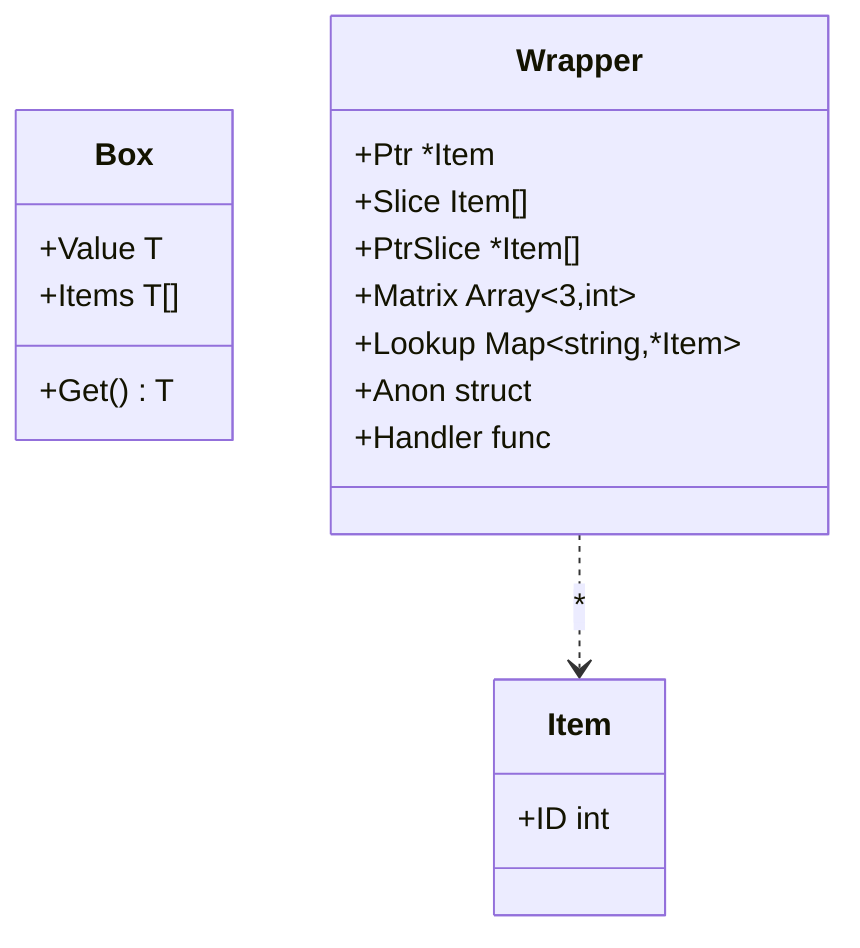
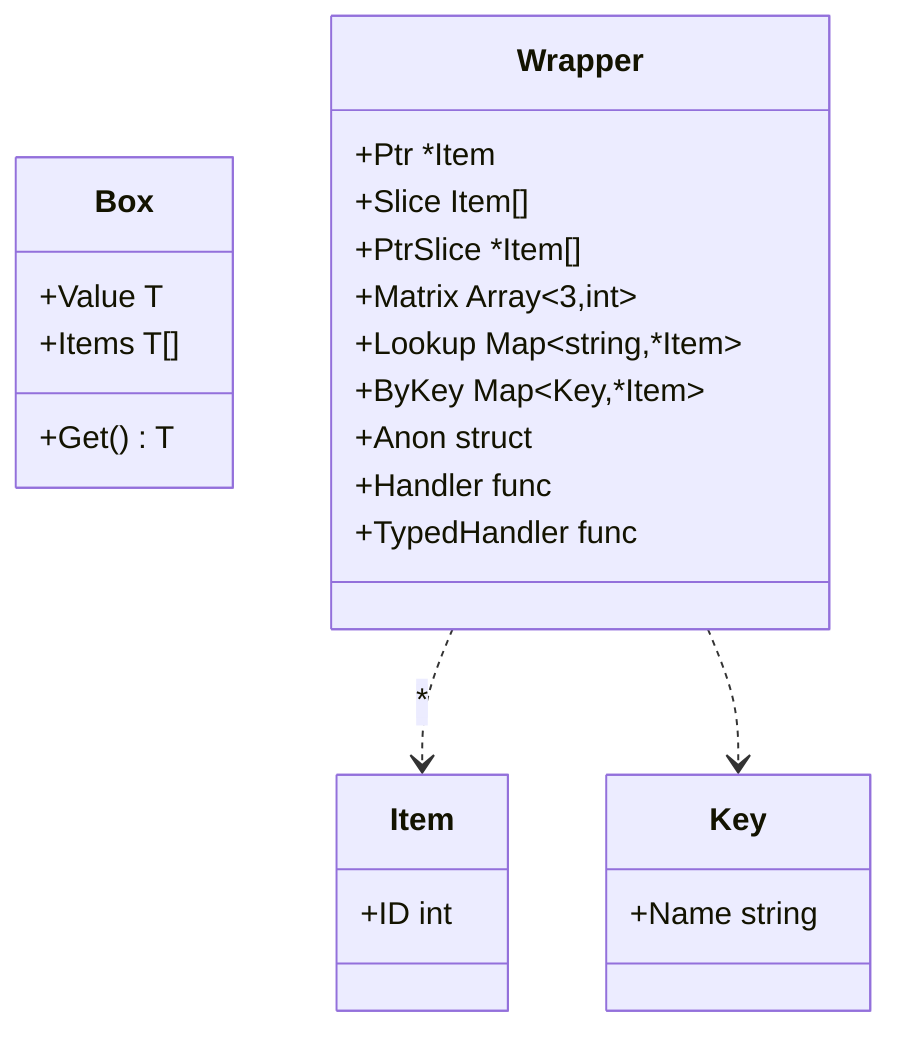
classDiagram
    class Box["Box"] {
        +Value T
        +Items T[]
        +Get() T
    }
    class Item["Item"] {
        +ID int
    }
+     class Key["Key"] {
+         +Name string
+     }
    class Wrapper["Wrapper"] {
        +Ptr *Item
        +Slice Item[]
        +PtrSlice *Item[]
        +Matrix Array~3,int~
        +Lookup Map~string,*Item~
+         +ByKey Map~Key,*Item~
        +Anon struct
        +Handler func
+         +TypedHandler func
    }
    Wrapper ..> Item : *
+     Wrapper ..> Key
